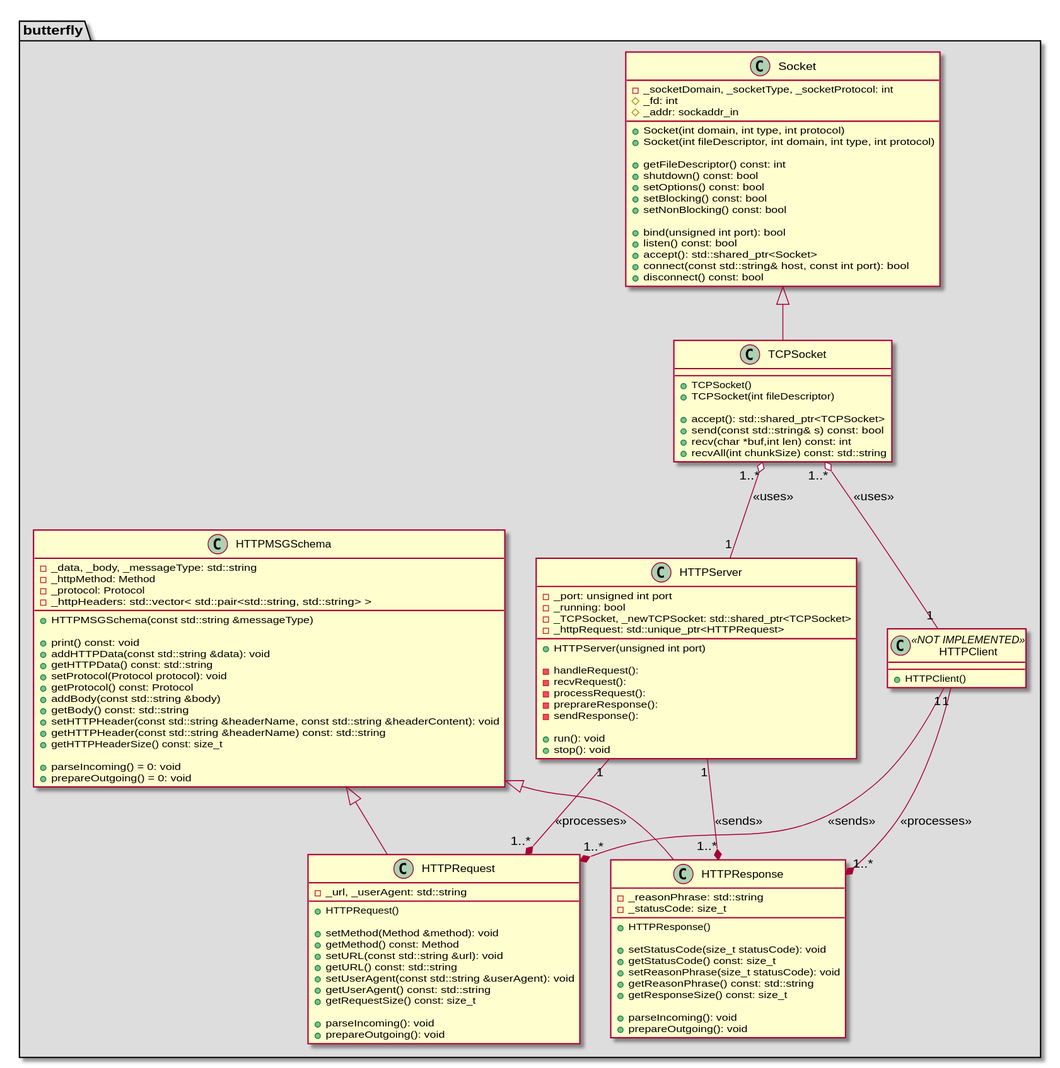
Earlier version of the PlantUML export architecture/class_diagrams/httpServer.svg (bierschi/butterfly). Source of this version:
```plantuml
@startuml
package butterfly #DDDDDD
{

class Socket
{
    - _socketDomain, _socketType, _socketProtocol: int
    # _fd: int
    # _addr: sockaddr_in

    + Socket(int domain, int type, int protocol)
    + Socket(int fileDescriptor, int domain, int type, int protocol)

    + getFileDescriptor() const: int
    + shutdown() const: bool
    + setOptions() const: bool
    + setBlocking() const: bool
    + setNonBlocking() const: bool

    + bind(unsigned int port): bool
    + listen() const: bool
    + accept(): std::shared_ptr<Socket>
    + connect(const std::string& host, const int port): bool
    + disconnect() const: bool
}

class TCPSocket
{

    + TCPSocket()
    + TCPSocket(int fileDescriptor)

    + accept(): std::shared_ptr<TCPSocket>
    + send(const std::string& s) const: bool
    + recv(char *buf,int len) const: int
    + recvAll(int chunkSize) const: std::string
}


class HTTPServer
{
    - _port: unsigned int port
    - _running: bool
    - _TCPSocket, _newTCPSocket: std::shared_ptr<TCPSocket>
    - _httpRequest: std::unique_ptr<HTTPRequest>

    + HTTPServer(unsigned int port)

    - handleRequest():
    - recvRequest():
    - processRequest():
    - preprareResponse():
    - sendResponse():

    +run(): void
    +stop(): void
}

class HTTPClient <<NOT IMPLEMENTED>>
{

    + HTTPClient()
}

class HTTPMSGSchema
{
    - _data, _body, _messageType: std::string
    - _httpMethod: Method
    - _protocol: Protocol
    - _httpHeaders: std::vector< std::pair<std::string, std::string> >

    + HTTPMSGSchema(const std::string &messageType)

    + print() const: void
    + addHTTPData(const std::string &data): void
    + getHTTPData() const: std::string
    + setProtocol(Protocol protocol): void
    + getProtocol() const: Protocol
    + addBody(const std::string &body)
    + getBody() const: std::string
    + setHTTPHeader(const std::string &headerName, const std::string &headerContent): void
    + getHTTPHeader(const std::string &headerName) const: std::string
    + getHTTPHeaderSize() const: size_t

    + parseIncoming() = 0: void
    + prepareOutgoing() = 0: void
}

class HTTPRequest
{
    - _url, _userAgent: std::string

    + HTTPRequest()

    + setMethod(Method &method): void
    + getMethod() const: Method
    + setURL(const std::string &url): void
    + getURL() const: std::string
    + setUserAgent(const std::string &userAgent): void
    + getUserAgent() const: std::string
    + getRequestSize() const: size_t

    + parseIncoming(): void
    + prepareOutgoing(): void
}

class HTTPResponse
{
    - _reasonPhrase: std::string
    - _statusCode: size_t

    + HTTPResponse()

    + setStatusCode(size_t statusCode): void
    + getStatusCode() const: size_t
    + setReasonPhrase(size_t statusCode): void
    + getReasonPhrase() const: std::string
    + getResponseSize() const: size_t

    + parseIncoming(): void
    + prepareOutgoing(): void
}

together {
    class HTTPServer
    class HTTPClient
}

Socket            <|-- TCPSocket
TCPSocket "1..*"  o--  "1" HTTPServer : <<uses>>
TCPSocket "1..*"  o--  "1" HTTPClient : <<uses>>

HTTPServer "1"    --* "1..*" HTTPRequest: <<processes>>
HTTPServer "1"    --* "1..*" HTTPResponse: <<sends>>

HTTPClient "1"    --* "1..*" HTTPRequest: <<sends>>
HTTPClient "1"    --* "1..*" HTTPResponse: <<processes>>

HTTPMSGSchema <|-- HTTPRequest
HTTPMSGSchema <|-- HTTPResponse

}
@enduml
```
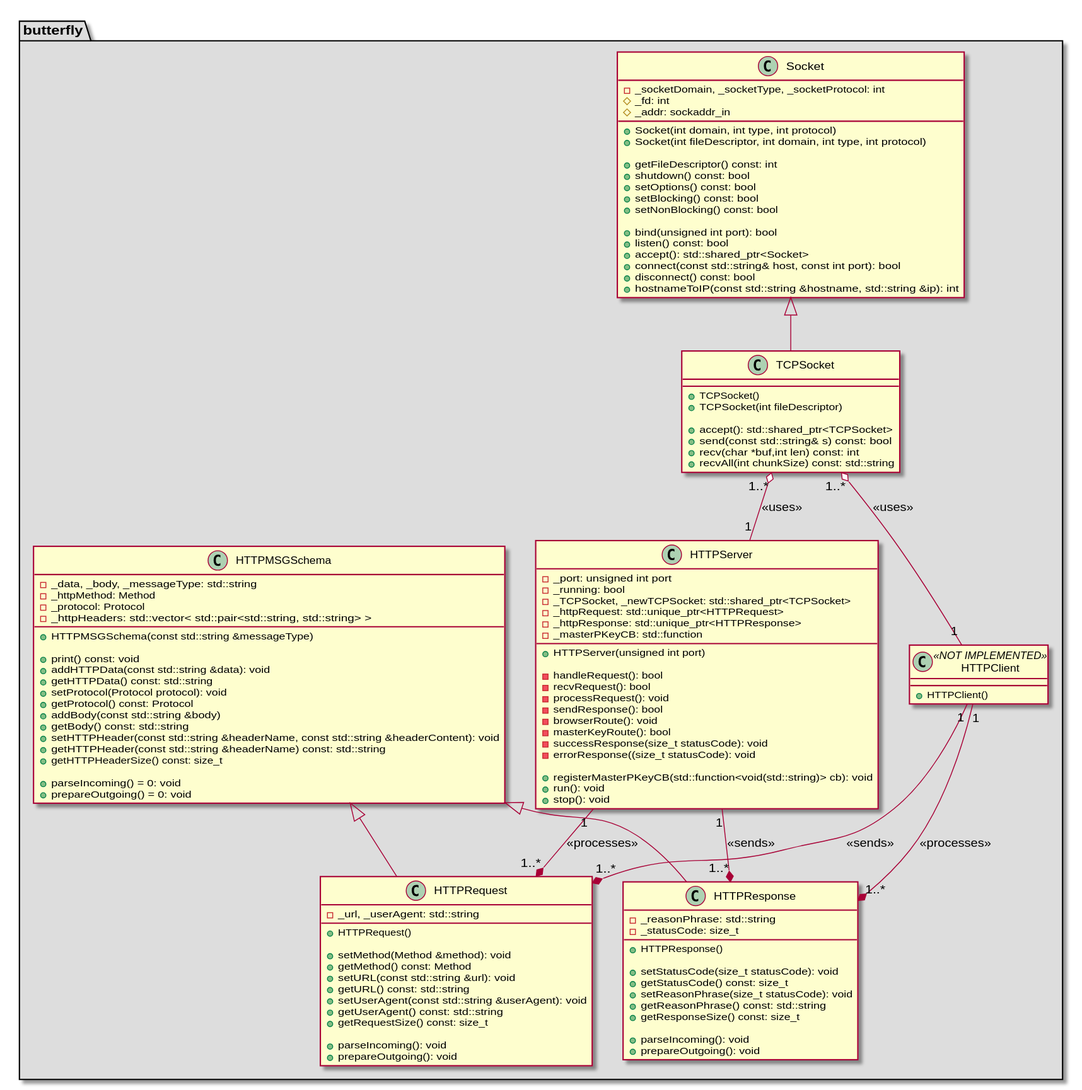
The same diagram one commit later.

The edit, as a diff of the source:
```diff
@@ -1,4 +1,5 @@
 @startuml
+
 package butterfly #DDDDDD
 {
 
@@ -22,6 +23,7 @@
     + accept(): std::shared_ptr<Socket>
     + connect(const std::string& host, const int port): bool
     + disconnect() const: bool
+    + hostnameToIP(const std::string &hostname, std::string &ip): int
 }
 
 class TCPSocket
@@ -43,17 +45,23 @@
     - _running: bool
     - _TCPSocket, _newTCPSocket: std::shared_ptr<TCPSocket>
     - _httpRequest: std::unique_ptr<HTTPRequest>
+    - _httpResponse: std::unique_ptr<HTTPResponse>
+    - _masterPKeyCB: std::function
 
     + HTTPServer(unsigned int port)
 
-    - handleRequest():
-    - recvRequest():
-    - processRequest():
-    - preprareResponse():
-    - sendResponse():
+    - handleRequest(): bool
+    - recvRequest(): bool
+    - processRequest(): void
+    - sendResponse(): bool
+    - browserRoute(): void
+    - masterKeyRoute(): bool
+    - successResponse(size_t statusCode): void
+    - errorResponse((size_t statusCode): void
 
-    +run(): void
-    +stop(): void
+    + registerMasterPKeyCB(std::function<void(std::string)> cb): void
+    + run(): void
+    + stop(): void
 }
 
 class HTTPClient <<NOT IMPLEMENTED>>
```
